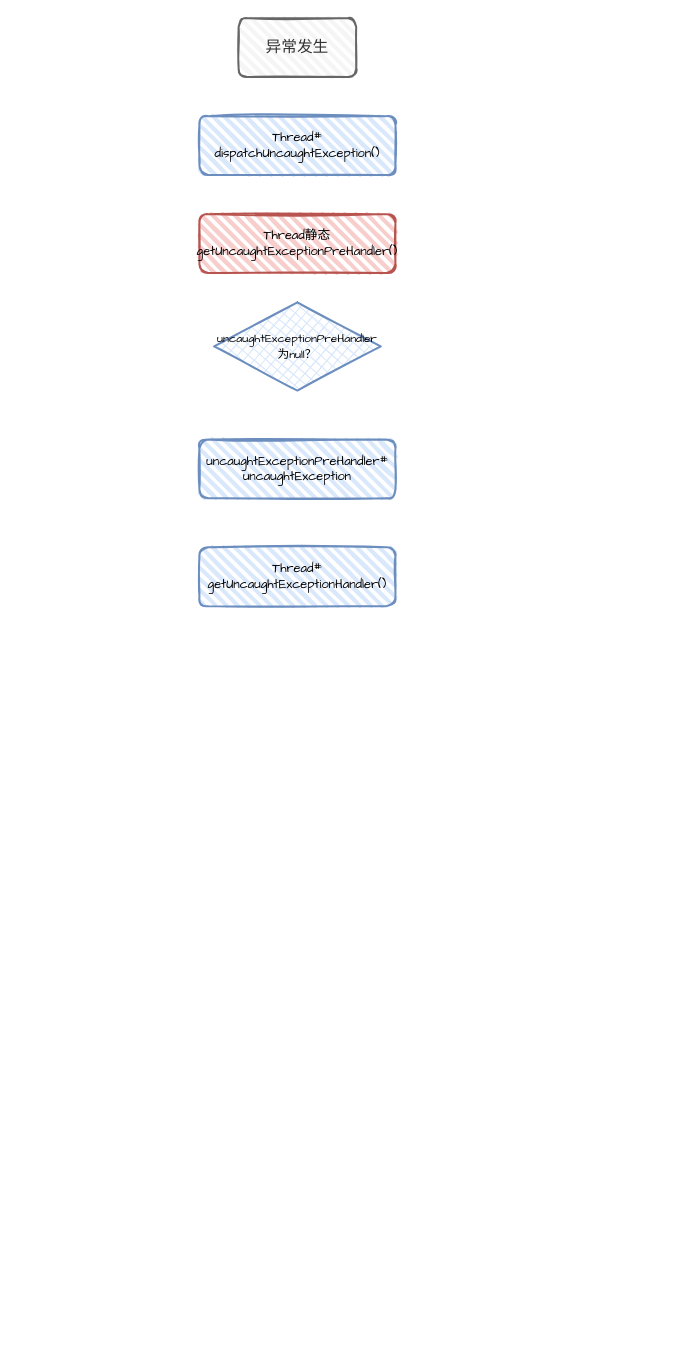
Before: 未命名绘图.drawio in TryLoveCatch/charts, a draw.io diagram. Source tidied: cells renumbered, new cells numbered last; positions are measured from the earlier drawing's top-left corner, leaving out a move shared by most shapes. Both pictures are drawn from the tidied source at 98%, with x=0, y=0 at pixel (199, 18).
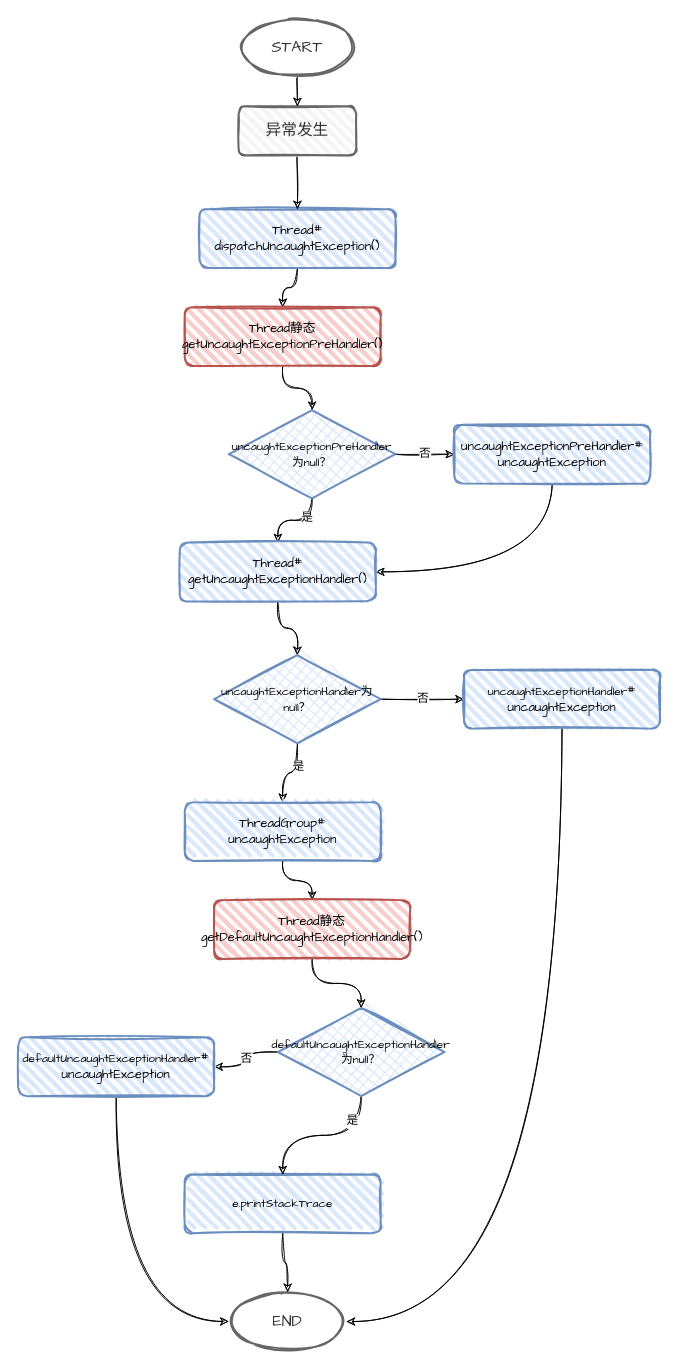
The same page after the edit.

Commit message:
更新未命名绘图.drawio

What changed in the source:
```diff
@@
+    <mxCell id="8" style="edgeStyle=orthogonalEdgeStyle;jettySize=auto;html=1;exitX=0.5;exitY=1;exitDx=0;exitDy=0;entryX=0.5;entryY=0;entryDx=0;entryDy=0;fontSize=16;sketch=1;curved=1;" parent="1" edge="1" source="2" target="4">
+      <mxGeometry relative="1" as="geometry" />
+    </mxCell>
     <mxCell id="2" value="&lt;font style=&quot;font-size: 13px&quot; face=&quot;Comic Sans MS&quot;&gt;Thread#&lt;br&gt;dispatchUncaughtException()&lt;/font&gt;" style="rounded=1;whiteSpace=wrap;html=1;strokeWidth=2;fillWeight=4;hachureGap=8;hachureAngle=45;fillColor=#dae8fc;sketch=1;strokeColor=#6c8ebf;fillStyle=auto;" parent="1" vertex="1">
-      <mxGeometry y="100" width="200" height="60" as="geometry" />
+      <mxGeometry y="195" width="200" height="60" as="geometry" />
     </mxCell>
+    <mxCell id="9" style="edgeStyle=orthogonalEdgeStyle;jettySize=auto;html=1;exitX=0.5;exitY=1;exitDx=0;exitDy=0;entryX=0.5;entryY=0;entryDx=0;entryDy=0;fontSize=16;sketch=1;curved=1;" parent="1" edge="1" source="3" target="2">
+      <mxGeometry relative="1" as="geometry" />
+    </mxCell>
     <mxCell id="3" value="&lt;font style=&quot;font-size: 16px&quot;&gt;异常发生&lt;/font&gt;" style="rounded=1;whiteSpace=wrap;html=1;strokeWidth=2;fillWeight=4;hachureGap=8;hachureAngle=45;fillColor=#f5f5f5;sketch=1;strokeColor=#666666;fillStyle=auto;fontColor=#333333;fontFamily=Comic Sans MS;" parent="1" vertex="1">
-      <mxGeometry x="40" width="120" height="60" as="geometry" />
+      <mxGeometry x="40" y="90" width="120" height="50" as="geometry" />
     </mxCell>
+    <mxCell id="10" style="edgeStyle=orthogonalEdgeStyle;jettySize=auto;html=1;exitX=0.5;exitY=1;exitDx=0;exitDy=0;entryX=0.5;entryY=0;entryDx=0;entryDy=0;fontSize=16;sketch=1;curved=1;" parent="1" edge="1" source="4" target="5">
+      <mxGeometry relative="1" as="geometry" />
+    </mxCell>
     <mxCell id="4" value="&lt;font style=&quot;font-size: 13px&quot; face=&quot;Comic Sans MS&quot;&gt;Thread静态&lt;br&gt;getUncaughtExceptionPreHandler()&lt;/font&gt;" style="rounded=1;whiteSpace=wrap;html=1;strokeWidth=2;fillWeight=4;hachureGap=8;hachureAngle=45;fillColor=#f8cecc;sketch=1;strokeColor=#b85450;fillStyle=auto;" parent="1" vertex="1">
-      <mxGeometry y="200" width="200" height="60" as="geometry" />
+      <mxGeometry x="-15" y="295" width="200" height="60" as="geometry" />
     </mxCell>
+    <mxCell id="11" value="&lt;font&gt;否&lt;/font&gt;" style="edgeStyle=orthogonalEdgeStyle;rounded=0;jettySize=auto;html=1;exitX=1;exitY=0.5;exitDx=0;exitDy=0;entryX=0;entryY=0.5;entryDx=0;entryDy=0;fontSize=12;fontFamily=Comic Sans MS;sketch=1;" parent="1" edge="1" source="5" target="6">
+      <mxGeometry relative="1" as="geometry" />
+    </mxCell>
+    <mxCell id="12" style="edgeStyle=orthogonalEdgeStyle;jettySize=auto;html=1;exitX=0.5;exitY=1;exitDx=0;exitDy=0;entryX=0.5;entryY=0;entryDx=0;entryDy=0;fontSize=16;shadow=0;sketch=1;curved=1;" parent="1" edge="1" source="5" target="7">
+      <mxGeometry relative="1" as="geometry" />
+    </mxCell>
+    <mxCell id="13" value="是" style="edgeLabel;html=1;align=center;verticalAlign=middle;fontSize=12;fontFamily=Comic Sans MS;" parent="12" vertex="1">
+      <mxGeometry x="-0.3" y="-2" relative="1" as="geometry" />
+    </mxCell>
     <mxCell id="5" value="&lt;font face=&quot;Comic Sans MS&quot;&gt;uncaughtExceptionPreHandler为null？&lt;/font&gt;" style="rhombus;whiteSpace=wrap;html=1;strokeWidth=2;fillWeight=-1;hachureGap=8;fillStyle=cross-hatch;fillColor=#dae8fc;sketch=1;rounded=0;glass=0;comic=1;strokeColor=#6c8ebf;" parent="1" vertex="1">
-      <mxGeometry x="15" y="290" width="170" height="90" as="geometry" />
+      <mxGeometry x="30" y="400" width="170" height="90" as="geometry" />
     </mxCell>
+    <mxCell id="14" style="edgeStyle=orthogonalEdgeStyle;sketch=1;jettySize=auto;html=1;exitX=0.5;exitY=1;exitDx=0;exitDy=0;entryX=1;entryY=0.5;entryDx=0;entryDy=0;fontFamily=Comic Sans MS;fontSize=12;curved=1;" parent="1" edge="1" source="6" target="7">
+      <mxGeometry relative="1" as="geometry" />
+    </mxCell>
     <mxCell id="6" value="&lt;font face=&quot;Comic Sans MS&quot;&gt;&lt;span style=&quot;font-size: 13px&quot;&gt;uncaughtExceptionPreHandler#&lt;/span&gt;&lt;br&gt;&lt;span style=&quot;font-size: 13px&quot;&gt;uncaughtException&lt;/span&gt;&lt;/font&gt;" style="rounded=1;whiteSpace=wrap;html=1;strokeWidth=2;fillWeight=4;hachureGap=8;hachureAngle=45;fillColor=#dae8fc;sketch=1;strokeColor=#6c8ebf;fillStyle=auto;" parent="1" vertex="1">
-      <mxGeometry y="430" width="200" height="60" as="geometry" />
+      <mxGeometry x="260" y="415" width="200" height="60" as="geometry" />
     </mxCell>
+    <mxCell id="15" style="edgeStyle=orthogonalEdgeStyle;sketch=1;jettySize=auto;html=1;exitX=0.5;exitY=1;exitDx=0;exitDy=0;fontSize=16;entryX=0.5;entryY=0;entryDx=0;entryDy=0;curved=1;" parent="1" edge="1" source="7" target="19">
+      <mxGeometry relative="1" as="geometry" />
+    </mxCell>
     <mxCell id="7" value="&lt;font face=&quot;Comic Sans MS&quot;&gt;&lt;span style=&quot;font-size: 13px&quot;&gt;Thread#&lt;/span&gt;&lt;br&gt;&lt;span style=&quot;font-size: 13px&quot;&gt;getUncaughtExceptionHandler()&lt;/span&gt;&lt;br&gt;&lt;/font&gt;" style="rounded=1;whiteSpace=wrap;html=1;strokeWidth=2;fillWeight=4;hachureGap=8;hachureAngle=45;fillColor=#dae8fc;sketch=1;strokeColor=#6c8ebf;fillStyle=auto;" parent="1" vertex="1">
-      <mxGeometry y="540" width="200" height="60" as="geometry" />
+      <mxGeometry x="-20" y="535" width="200" height="60" as="geometry" />
     </mxCell>
+    <mxCell id="16" style="edgeStyle=orthogonalEdgeStyle;sketch=1;jettySize=auto;html=1;exitX=0.5;exitY=1;exitDx=0;exitDy=0;entryX=0.5;entryY=0;entryDx=0;entryDy=0;fontSize=16;curved=1;" parent="1" edge="1" source="19" target="21">
+      <mxGeometry relative="1" as="geometry" />
+    </mxCell>
+    <mxCell id="17" value="是" style="edgeLabel;html=1;align=center;verticalAlign=middle;fontSize=12;fontFamily=Comic Sans MS;" parent="16" vertex="1">
+      <mxGeometry x="-0.37" relative="1" as="geometry" />
+    </mxCell>
+    <mxCell id="18" value="否" style="edgeStyle=orthogonalEdgeStyle;sketch=1;jettySize=auto;html=1;exitX=1;exitY=0.5;exitDx=0;exitDy=0;entryX=0;entryY=0.5;entryDx=0;entryDy=0;fontSize=12;curved=1;fontFamily=Comic Sans MS;" parent="1" edge="1" source="19" target="25">
+      <mxGeometry relative="1" as="geometry" />
+    </mxCell>
+    <mxCell id="19" value="&lt;font face=&quot;Comic Sans MS&quot;&gt;uncaughtExceptionHandler为null？&lt;/font&gt;" style="rhombus;whiteSpace=wrap;html=1;strokeWidth=2;fillWeight=-1;hachureGap=8;fillStyle=cross-hatch;fillColor=#dae8fc;sketch=1;rounded=0;glass=0;comic=1;strokeColor=#6c8ebf;" parent="1" vertex="1">
+      <mxGeometry x="15" y="650" width="170" height="90" as="geometry" />
+    </mxCell>
+    <mxCell id="20" style="edgeStyle=orthogonalEdgeStyle;curved=1;sketch=1;jettySize=auto;html=1;exitX=0.5;exitY=1;exitDx=0;exitDy=0;entryX=0.5;entryY=0;entryDx=0;entryDy=0;fontFamily=Comic Sans MS;fontSize=12;" parent="1" edge="1" source="21" target="23">
+      <mxGeometry relative="1" as="geometry" />
+    </mxCell>
+    <mxCell id="21" value="&lt;font face=&quot;Comic Sans MS&quot;&gt;&lt;span style=&quot;font-size: 13px&quot;&gt;ThreadGroup#&lt;/span&gt;&lt;br&gt;&lt;/font&gt;&lt;span style=&quot;font-family: &amp;#34;comic sans ms&amp;#34; ; font-size: 13px&quot;&gt;uncaughtException&lt;/span&gt;&lt;font face=&quot;Comic Sans MS&quot;&gt;&lt;br&gt;&lt;/font&gt;" style="rounded=1;whiteSpace=wrap;html=1;strokeWidth=2;fillWeight=4;hachureGap=8;hachureAngle=45;fillColor=#dae8fc;sketch=1;strokeColor=#6c8ebf;fillStyle=auto;" parent="1" vertex="1">
+      <mxGeometry x="-15" y="800" width="200" height="60" as="geometry" />
+    </mxCell>
+    <mxCell id="22" style="edgeStyle=orthogonalEdgeStyle;curved=1;sketch=1;jettySize=auto;html=1;exitX=0.5;exitY=1;exitDx=0;exitDy=0;entryX=0.5;entryY=0;entryDx=0;entryDy=0;fontSize=16;" parent="1" edge="1" source="23" target="34">
+      <mxGeometry relative="1" as="geometry" />
+    </mxCell>
+    <mxCell id="23" value="&lt;font face=&quot;Comic Sans MS&quot;&gt;&lt;span style=&quot;font-size: 13px&quot;&gt;Thread静态&lt;/span&gt;&lt;br&gt;&lt;span style=&quot;font-size: 13px&quot;&gt;getDefaultUncaughtExceptionHandler()&lt;/span&gt;&lt;/font&gt;" style="rounded=1;whiteSpace=wrap;html=1;strokeWidth=2;fillWeight=4;hachureGap=8;hachureAngle=45;fillColor=#f8cecc;sketch=1;strokeColor=#b85450;fillStyle=auto;" parent="1" vertex="1">
+      <mxGeometry x="15" y="900" width="200" height="60" as="geometry" />
+    </mxCell>
+    <mxCell id="24" style="edgeStyle=orthogonalEdgeStyle;curved=1;sketch=1;jettySize=auto;html=1;exitX=0.5;exitY=1;exitDx=0;exitDy=0;entryX=1;entryY=0.5;entryDx=0;entryDy=0;fontFamily=Comic Sans MS;fontSize=12;" parent="1" edge="1" source="25" target="28">
+      <mxGeometry relative="1" as="geometry" />
+    </mxCell>
+    <mxCell id="25" value="&lt;span style=&quot;font-family: &amp;#34;comic sans ms&amp;#34;&quot;&gt;uncaughtExceptionHandler&lt;/span&gt;&lt;font face=&quot;Comic Sans MS&quot;&gt;&lt;span style=&quot;font-size: 13px&quot;&gt;#&lt;/span&gt;&lt;br&gt;&lt;/font&gt;&lt;span style=&quot;font-family: &amp;#34;comic sans ms&amp;#34; ; font-size: 13px&quot;&gt;uncaughtException&lt;/span&gt;&lt;font face=&quot;Comic Sans MS&quot;&gt;&lt;br&gt;&lt;/font&gt;" style="rounded=1;whiteSpace=wrap;html=1;strokeWidth=2;fillWeight=4;hachureGap=8;hachureAngle=45;fillColor=#dae8fc;sketch=1;strokeColor=#6c8ebf;fillStyle=auto;" parent="1" vertex="1">
+      <mxGeometry x="270" y="665" width="200" height="60" as="geometry" />
+    </mxCell>
+    <mxCell id="26" style="edgeStyle=orthogonalEdgeStyle;jettySize=auto;html=1;exitX=0.5;exitY=1;exitDx=0;exitDy=0;entryX=0.5;entryY=0;entryDx=0;entryDy=0;fontSize=16;sketch=1;curved=1;" parent="1" edge="1" source="27" target="3">
+      <mxGeometry relative="1" as="geometry" />
+    </mxCell>
+    <mxCell id="27" value="&lt;font style=&quot;font-size: 16px&quot; face=&quot;Comic Sans MS&quot;&gt;START&lt;/font&gt;" style="ellipse;whiteSpace=wrap;html=1;strokeWidth=2;fillWeight=2;hachureGap=8;fillStyle=hachure;sketch=1;strokeColor=#666666;fontColor=#333333;fontSize=16;" parent="1" vertex="1">
+      <mxGeometry x="40" width="120" height="60" as="geometry" />
+    </mxCell>
+    <mxCell id="28" value="&lt;font style=&quot;font-size: 16px&quot; face=&quot;Comic Sans MS&quot;&gt;END&lt;/font&gt;" style="ellipse;whiteSpace=wrap;html=1;strokeWidth=2;fillWeight=2;hachureGap=8;fillStyle=hachure;sketch=1;strokeColor=#666666;fontColor=#333333;" parent="1" vertex="1">
+      <mxGeometry x="30" y="1300" width="120" height="60" as="geometry" />
+    </mxCell>
+    <mxCell id="29" style="edgeStyle=orthogonalEdgeStyle;curved=1;sketch=1;jettySize=auto;html=1;exitX=0.5;exitY=1;exitDx=0;exitDy=0;entryX=0.5;entryY=0;entryDx=0;entryDy=0;fontSize=16;" parent="1" edge="1" source="30" target="28">
+      <mxGeometry relative="1" as="geometry" />
+    </mxCell>
+    <mxCell id="30" value="&lt;font face=&quot;comic sans ms&quot;&gt;e.printStackTrace&lt;/font&gt;" style="rounded=1;whiteSpace=wrap;html=1;strokeWidth=2;fillWeight=4;hachureGap=8;hachureAngle=45;fillColor=#dae8fc;sketch=1;strokeColor=#6c8ebf;fillStyle=auto;" parent="1" vertex="1">
+      <mxGeometry x="-15" y="1180" width="200" height="60" as="geometry" />
+    </mxCell>
+    <mxCell id="31" style="edgeStyle=orthogonalEdgeStyle;curved=1;sketch=1;jettySize=auto;html=1;exitX=0.5;exitY=1;exitDx=0;exitDy=0;entryX=0.5;entryY=0;entryDx=0;entryDy=0;fontSize=16;" parent="1" edge="1" source="34" target="30">
+      <mxGeometry relative="1" as="geometry" />
+    </mxCell>
+    <mxCell id="32" value="是" style="edgeLabel;html=1;align=center;verticalAlign=middle;fontSize=12;fontFamily=Comic Sans MS;" parent="31" vertex="1">
+      <mxGeometry x="-0.69" y="-10" relative="1" as="geometry" />
+    </mxCell>
+    <mxCell id="33" value="否" style="edgeStyle=orthogonalEdgeStyle;curved=1;sketch=1;jettySize=auto;html=1;exitX=0;exitY=0.5;exitDx=0;exitDy=0;fontSize=12;fontFamily=Comic Sans MS;entryX=1;entryY=0.5;entryDx=0;entryDy=0;" parent="1" edge="1" source="34" target="36">
+      <mxGeometry relative="1" as="geometry" />
+    </mxCell>
+    <mxCell id="34" value="&lt;font face=&quot;Comic Sans MS&quot;&gt;defaultUncaughtExceptionHandler为null？&lt;/font&gt;" style="rhombus;whiteSpace=wrap;html=1;strokeWidth=2;fillWeight=-1;hachureGap=8;fillStyle=cross-hatch;fillColor=#dae8fc;sketch=1;rounded=0;glass=0;comic=1;strokeColor=#6c8ebf;" parent="1" vertex="1">
+      <mxGeometry x="80" y="1010" width="170" height="90" as="geometry" />
+    </mxCell>
+    <mxCell id="35" style="edgeStyle=orthogonalEdgeStyle;curved=1;sketch=1;jettySize=auto;html=1;exitX=0.5;exitY=1;exitDx=0;exitDy=0;entryX=0;entryY=0.5;entryDx=0;entryDy=0;fontFamily=Comic Sans MS;fontSize=12;" parent="1" edge="1" source="36" target="28">
+      <mxGeometry relative="1" as="geometry" />
+    </mxCell>
+    <mxCell id="36" value="&lt;font face=&quot;comic sans ms&quot;&gt;defaultUncaughtExceptionHandler&lt;/font&gt;&lt;font face=&quot;Comic Sans MS&quot;&gt;&lt;span style=&quot;font-size: 13px&quot;&gt;#&lt;/span&gt;&lt;/font&gt;&lt;br&gt;&lt;span style=&quot;font-family: &amp;#34;comic sans ms&amp;#34; ; font-size: 13px&quot;&gt;uncaughtException&lt;/span&gt;&lt;font face=&quot;Comic Sans MS&quot;&gt;&lt;br&gt;&lt;/font&gt;" style="rounded=1;whiteSpace=wrap;html=1;strokeWidth=2;fillWeight=4;hachureGap=8;hachureAngle=45;fillColor=#dae8fc;sketch=1;strokeColor=#6c8ebf;fillStyle=auto;" parent="1" vertex="1">
+      <mxGeometry x="-185" y="1040" width="200" height="60" as="geometry" />
+    </mxCell>
```
